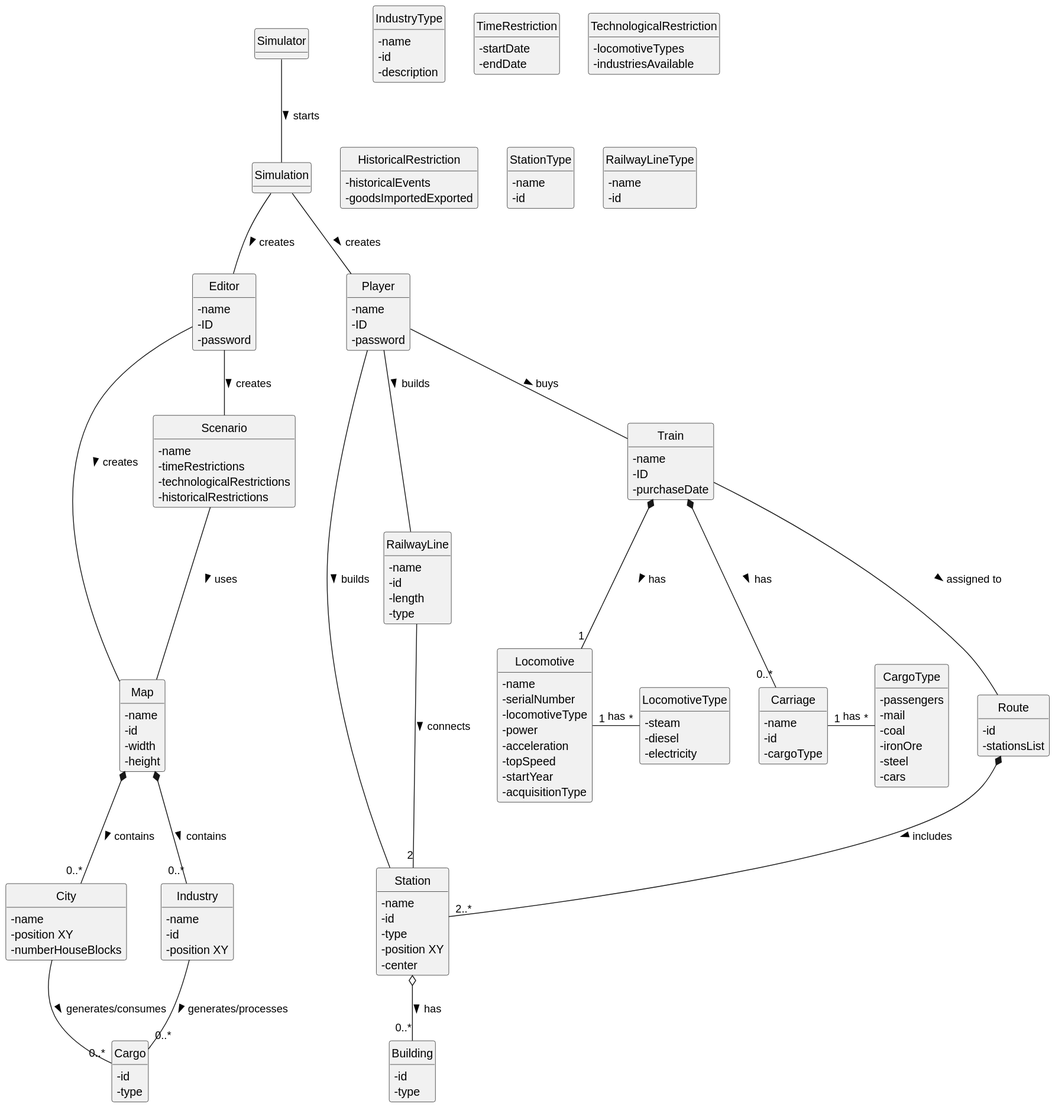
Before: docs/sprint2/global-artifacts/02.analysis/svg/project-domain-model.svg, a diagram exported from PlantUML (ivasduarte/all-aboard).
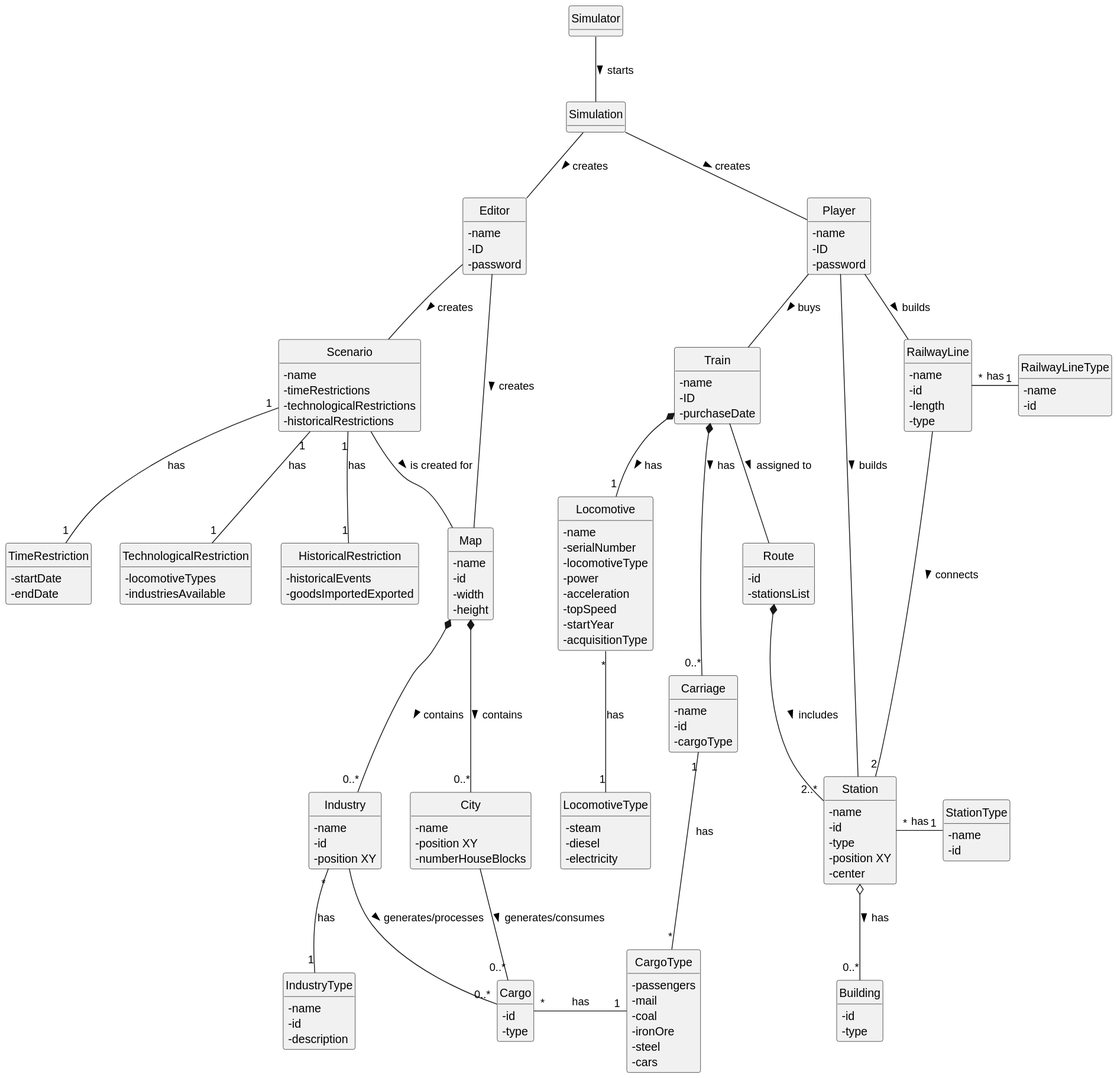
The same file after the commit.

Commit message:
(docs): Updated the project domain model

The edit, as a diff of the source:
```diff
@@ -156,7 +156,7 @@
 Editor -- Scenario : creates >
 Map *-- "0..*" City : contains >
 Map *-- "0..*" Industry : contains >
-Scenario -- Map : uses >
+Scenario -- Map : is created for >
 
 Station o-- "0..*" Building : has >
 
@@ -170,7 +170,7 @@
 Simulation -- Editor: creates >
 
 Train *-- "1" Locomotive : has >
-Locomotive "1" - "*" LocomotiveType : has
+Locomotive "*" -- "1" LocomotiveType : has
 Carriage "1" - "*" CargoType : has
 Train *-- "0..*" Carriage : has >
 Train -- Route : assigned to >
@@ -178,4 +178,14 @@
 
 City -- "0..*" Cargo : generates/consumes >
 Industry -- "0..*" Cargo : generates/processes >
+
+Cargo "*" - "1" CargoType : has
+
+Scenario "1" -- "1" TimeRestriction : has
+Scenario "1" -- "1" TechnologicalRestriction : has
+Scenario "1" -- "1" HistoricalRestriction : has
+
+Industry "*" -- "1" IndustryType : has
+Station "*" - "1" StationType : has
+RailwayLine "*" - "1" RailwayLineType : has
 @enduml
```
